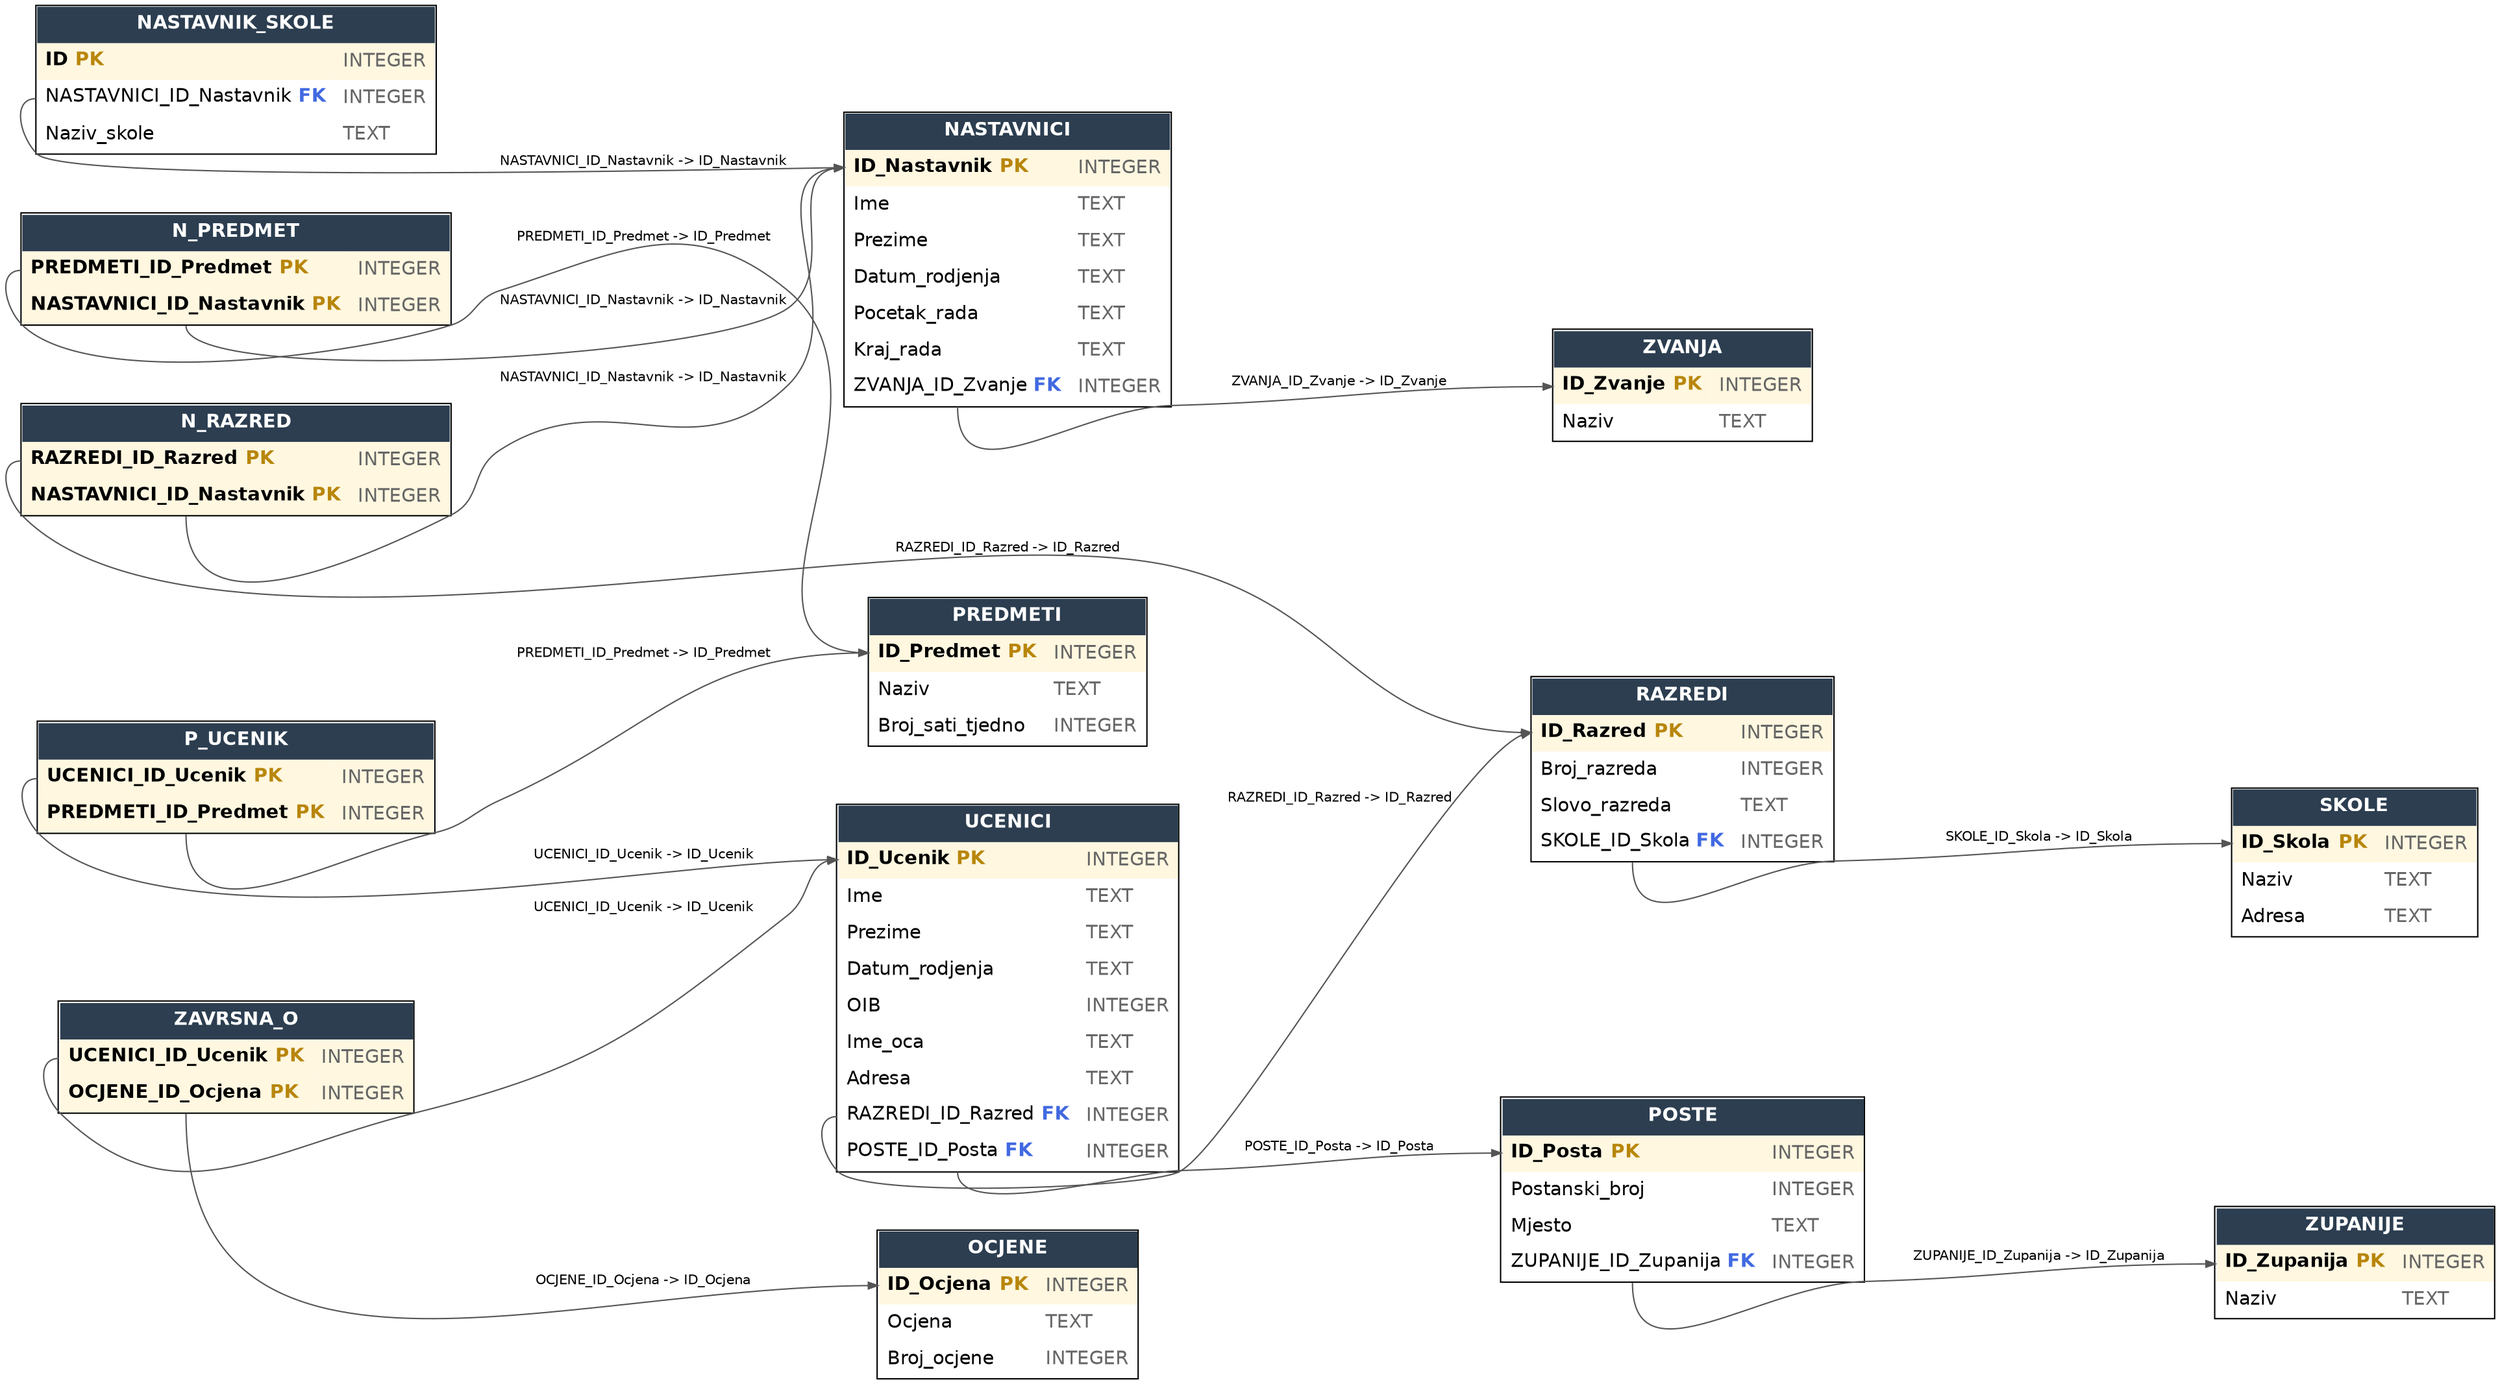
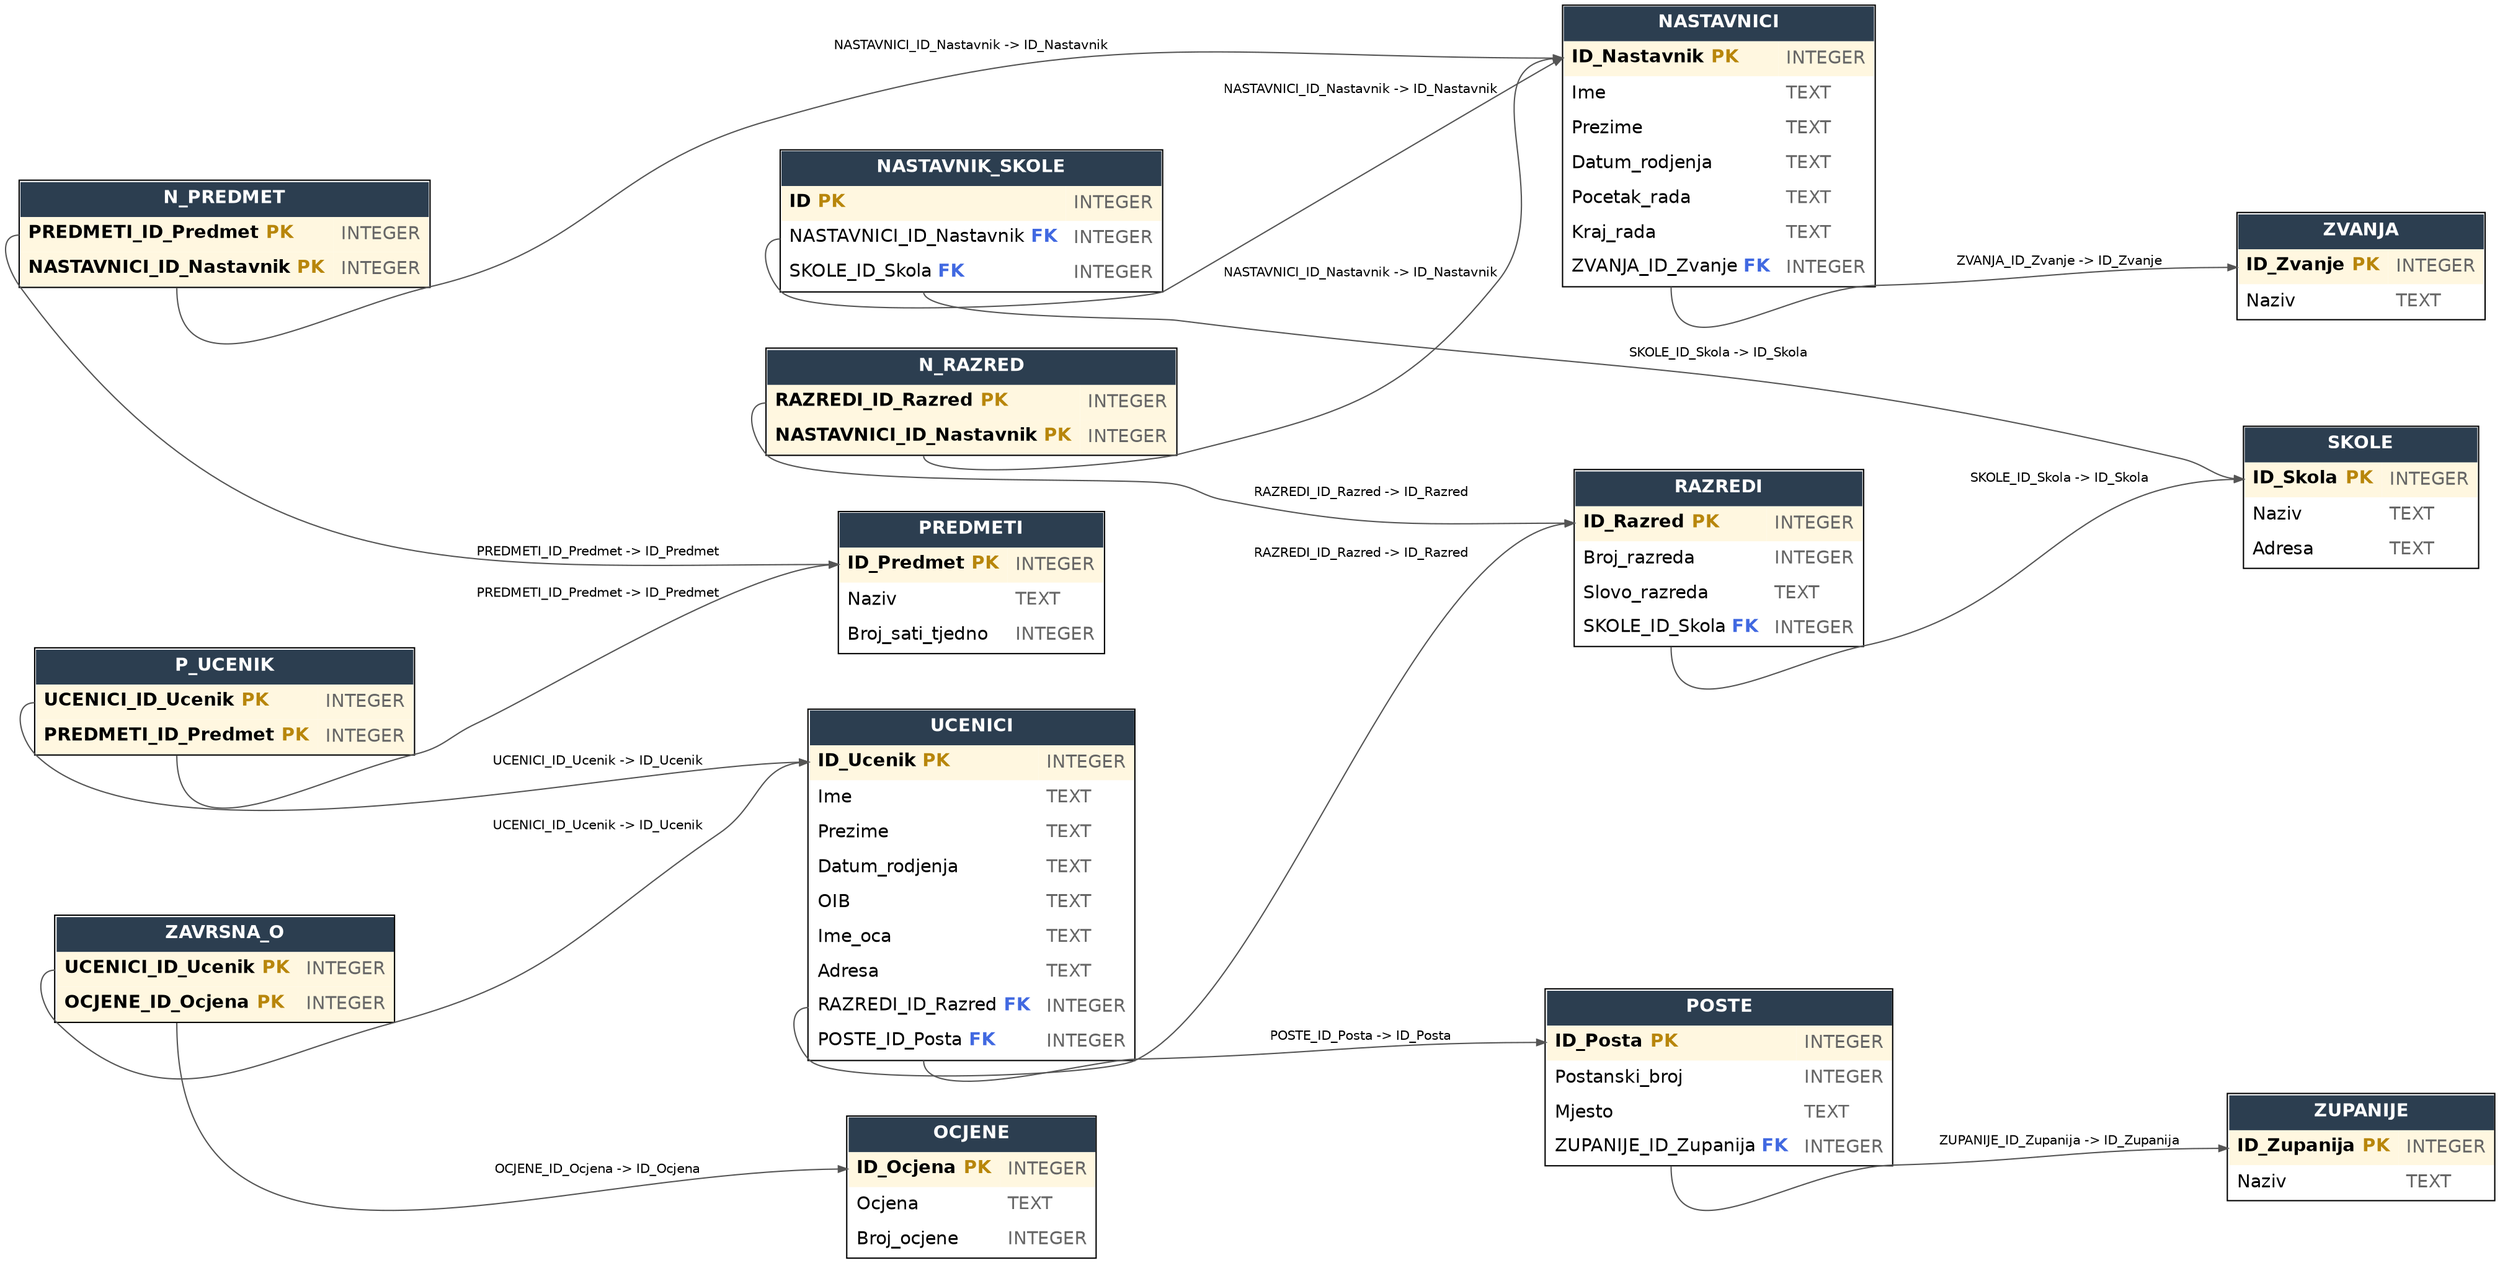
digraph schema {
rankdir=LR;
graph [fontname="Helvetica", bgcolor="white", nodesep=0.6, ranksep=1.0];
node [shape=plain, fontname="Helvetica"];
edge [fontname="Helvetica", fontsize=10, color="#555555", arrowsize=0.7];

"NASTAVNICI" [label=<
        <table border="1" cellborder="0" cellspacing="0" cellpadding="6" bgcolor="white">
        <tr><td colspan="2" bgcolor="#2c3e50"><font color="white"><b>NASTAVNICI</b></font></td></tr>
        <tr><td align="left" port="ID_Nastavnik" bgcolor="#fff7e0"><b>ID_Nastavnik</b> <font color="#b8860b"><b>PK</b></font></td><td align="left" bgcolor="#fff7e0"><font color="#666666">INTEGER</font></td></tr>
<tr><td align="left" port="Ime">Ime</td><td align="left"><font color="#666666">TEXT</font></td></tr>
<tr><td align="left" port="Prezime">Prezime</td><td align="left"><font color="#666666">TEXT</font></td></tr>
<tr><td align="left" port="Datum_rodjenja">Datum_rodjenja</td><td align="left"><font color="#666666">TEXT</font></td></tr>
<tr><td align="left" port="Pocetak_rada">Pocetak_rada</td><td align="left"><font color="#666666">TEXT</font></td></tr>
<tr><td align="left" port="Kraj_rada">Kraj_rada</td><td align="left"><font color="#666666">TEXT</font></td></tr>
<tr><td align="left" port="ZVANJA_ID_Zvanje">ZVANJA_ID_Zvanje <font color="#4169e1"><b>FK</b></font></td><td align="left"><font color="#666666">INTEGER</font></td></tr></table>>];

"NASTAVNIK_SKOLE" [label=<
        <table border="1" cellborder="0" cellspacing="0" cellpadding="6" bgcolor="white">
        <tr><td colspan="2" bgcolor="#2c3e50"><font color="white"><b>NASTAVNIK_SKOLE</b></font></td></tr>
        <tr><td align="left" port="ID" bgcolor="#fff7e0"><b>ID</b> <font color="#b8860b"><b>PK</b></font></td><td align="left" bgcolor="#fff7e0"><font color="#666666">INTEGER</font></td></tr>
<tr><td align="left" port="NASTAVNICI_ID_Nastavnik">NASTAVNICI_ID_Nastavnik <font color="#4169e1"><b>FK</b></font></td><td align="left"><font color="#666666">INTEGER</font></td></tr>
- <tr><td align="left" port="Naziv_skole">Naziv_skole</td><td align="left"><font color="#666666">TEXT</font></td></tr></table>>];
+ <tr><td align="left" port="SKOLE_ID_Skola">SKOLE_ID_Skola <font color="#4169e1"><b>FK</b></font></td><td align="left"><font color="#666666">INTEGER</font></td></tr></table>>];

"N_PREDMET" [label=<
        <table border="1" cellborder="0" cellspacing="0" cellpadding="6" bgcolor="white">
        <tr><td colspan="2" bgcolor="#2c3e50"><font color="white"><b>N_PREDMET</b></font></td></tr>
        <tr><td align="left" port="PREDMETI_ID_Predmet" bgcolor="#fff7e0"><b>PREDMETI_ID_Predmet</b> <font color="#b8860b"><b>PK</b></font></td><td align="left" bgcolor="#fff7e0"><font color="#666666">INTEGER</font></td></tr>
<tr><td align="left" port="NASTAVNICI_ID_Nastavnik" bgcolor="#fff7e0"><b>NASTAVNICI_ID_Nastavnik</b> <font color="#b8860b"><b>PK</b></font></td><td align="left" bgcolor="#fff7e0"><font color="#666666">INTEGER</font></td></tr></table>>];

"N_RAZRED" [label=<
        <table border="1" cellborder="0" cellspacing="0" cellpadding="6" bgcolor="white">
        <tr><td colspan="2" bgcolor="#2c3e50"><font color="white"><b>N_RAZRED</b></font></td></tr>
        <tr><td align="left" port="RAZREDI_ID_Razred" bgcolor="#fff7e0"><b>RAZREDI_ID_Razred</b> <font color="#b8860b"><b>PK</b></font></td><td align="left" bgcolor="#fff7e0"><font color="#666666">INTEGER</font></td></tr>
<tr><td align="left" port="NASTAVNICI_ID_Nastavnik" bgcolor="#fff7e0"><b>NASTAVNICI_ID_Nastavnik</b> <font color="#b8860b"><b>PK</b></font></td><td align="left" bgcolor="#fff7e0"><font color="#666666">INTEGER</font></td></tr></table>>];

"OCJENE" [label=<
        <table border="1" cellborder="0" cellspacing="0" cellpadding="6" bgcolor="white">
        <tr><td colspan="2" bgcolor="#2c3e50"><font color="white"><b>OCJENE</b></font></td></tr>
        <tr><td align="left" port="ID_Ocjena" bgcolor="#fff7e0"><b>ID_Ocjena</b> <font color="#b8860b"><b>PK</b></font></td><td align="left" bgcolor="#fff7e0"><font color="#666666">INTEGER</font></td></tr>
<tr><td align="left" port="Ocjena">Ocjena</td><td align="left"><font color="#666666">TEXT</font></td></tr>
<tr><td align="left" port="Broj_ocjene">Broj_ocjene</td><td align="left"><font color="#666666">INTEGER</font></td></tr></table>>];

"POSTE" [label=<
        <table border="1" cellborder="0" cellspacing="0" cellpadding="6" bgcolor="white">
        <tr><td colspan="2" bgcolor="#2c3e50"><font color="white"><b>POSTE</b></font></td></tr>
        <tr><td align="left" port="ID_Posta" bgcolor="#fff7e0"><b>ID_Posta</b> <font color="#b8860b"><b>PK</b></font></td><td align="left" bgcolor="#fff7e0"><font color="#666666">INTEGER</font></td></tr>
<tr><td align="left" port="Postanski_broj">Postanski_broj</td><td align="left"><font color="#666666">INTEGER</font></td></tr>
<tr><td align="left" port="Mjesto">Mjesto</td><td align="left"><font color="#666666">TEXT</font></td></tr>
<tr><td align="left" port="ZUPANIJE_ID_Zupanija">ZUPANIJE_ID_Zupanija <font color="#4169e1"><b>FK</b></font></td><td align="left"><font color="#666666">INTEGER</font></td></tr></table>>];

"PREDMETI" [label=<
        <table border="1" cellborder="0" cellspacing="0" cellpadding="6" bgcolor="white">
        <tr><td colspan="2" bgcolor="#2c3e50"><font color="white"><b>PREDMETI</b></font></td></tr>
        <tr><td align="left" port="ID_Predmet" bgcolor="#fff7e0"><b>ID_Predmet</b> <font color="#b8860b"><b>PK</b></font></td><td align="left" bgcolor="#fff7e0"><font color="#666666">INTEGER</font></td></tr>
<tr><td align="left" port="Naziv">Naziv</td><td align="left"><font color="#666666">TEXT</font></td></tr>
<tr><td align="left" port="Broj_sati_tjedno">Broj_sati_tjedno</td><td align="left"><font color="#666666">INTEGER</font></td></tr></table>>];

"P_UCENIK" [label=<
        <table border="1" cellborder="0" cellspacing="0" cellpadding="6" bgcolor="white">
        <tr><td colspan="2" bgcolor="#2c3e50"><font color="white"><b>P_UCENIK</b></font></td></tr>
        <tr><td align="left" port="UCENICI_ID_Ucenik" bgcolor="#fff7e0"><b>UCENICI_ID_Ucenik</b> <font color="#b8860b"><b>PK</b></font></td><td align="left" bgcolor="#fff7e0"><font color="#666666">INTEGER</font></td></tr>
<tr><td align="left" port="PREDMETI_ID_Predmet" bgcolor="#fff7e0"><b>PREDMETI_ID_Predmet</b> <font color="#b8860b"><b>PK</b></font></td><td align="left" bgcolor="#fff7e0"><font color="#666666">INTEGER</font></td></tr></table>>];

"RAZREDI" [label=<
        <table border="1" cellborder="0" cellspacing="0" cellpadding="6" bgcolor="white">
        <tr><td colspan="2" bgcolor="#2c3e50"><font color="white"><b>RAZREDI</b></font></td></tr>
        <tr><td align="left" port="ID_Razred" bgcolor="#fff7e0"><b>ID_Razred</b> <font color="#b8860b"><b>PK</b></font></td><td align="left" bgcolor="#fff7e0"><font color="#666666">INTEGER</font></td></tr>
<tr><td align="left" port="Broj_razreda">Broj_razreda</td><td align="left"><font color="#666666">INTEGER</font></td></tr>
<tr><td align="left" port="Slovo_razreda">Slovo_razreda</td><td align="left"><font color="#666666">TEXT</font></td></tr>
<tr><td align="left" port="SKOLE_ID_Skola">SKOLE_ID_Skola <font color="#4169e1"><b>FK</b></font></td><td align="left"><font color="#666666">INTEGER</font></td></tr></table>>];

"SKOLE" [label=<
        <table border="1" cellborder="0" cellspacing="0" cellpadding="6" bgcolor="white">
        <tr><td colspan="2" bgcolor="#2c3e50"><font color="white"><b>SKOLE</b></font></td></tr>
        <tr><td align="left" port="ID_Skola" bgcolor="#fff7e0"><b>ID_Skola</b> <font color="#b8860b"><b>PK</b></font></td><td align="left" bgcolor="#fff7e0"><font color="#666666">INTEGER</font></td></tr>
<tr><td align="left" port="Naziv">Naziv</td><td align="left"><font color="#666666">TEXT</font></td></tr>
<tr><td align="left" port="Adresa">Adresa</td><td align="left"><font color="#666666">TEXT</font></td></tr></table>>];

"UCENICI" [label=<
        <table border="1" cellborder="0" cellspacing="0" cellpadding="6" bgcolor="white">
        <tr><td colspan="2" bgcolor="#2c3e50"><font color="white"><b>UCENICI</b></font></td></tr>
        <tr><td align="left" port="ID_Ucenik" bgcolor="#fff7e0"><b>ID_Ucenik</b> <font color="#b8860b"><b>PK</b></font></td><td align="left" bgcolor="#fff7e0"><font color="#666666">INTEGER</font></td></tr>
<tr><td align="left" port="Ime">Ime</td><td align="left"><font color="#666666">TEXT</font></td></tr>
<tr><td align="left" port="Prezime">Prezime</td><td align="left"><font color="#666666">TEXT</font></td></tr>
<tr><td align="left" port="Datum_rodjenja">Datum_rodjenja</td><td align="left"><font color="#666666">TEXT</font></td></tr>
- <tr><td align="left" port="OIB">OIB</td><td align="left"><font color="#666666">INTEGER</font></td></tr>
+ <tr><td align="left" port="OIB">OIB</td><td align="left"><font color="#666666">TEXT</font></td></tr>
<tr><td align="left" port="Ime_oca">Ime_oca</td><td align="left"><font color="#666666">TEXT</font></td></tr>
<tr><td align="left" port="Adresa">Adresa</td><td align="left"><font color="#666666">TEXT</font></td></tr>
<tr><td align="left" port="RAZREDI_ID_Razred">RAZREDI_ID_Razred <font color="#4169e1"><b>FK</b></font></td><td align="left"><font color="#666666">INTEGER</font></td></tr>
<tr><td align="left" port="POSTE_ID_Posta">POSTE_ID_Posta <font color="#4169e1"><b>FK</b></font></td><td align="left"><font color="#666666">INTEGER</font></td></tr></table>>];

"ZAVRSNA_O" [label=<
        <table border="1" cellborder="0" cellspacing="0" cellpadding="6" bgcolor="white">
        <tr><td colspan="2" bgcolor="#2c3e50"><font color="white"><b>ZAVRSNA_O</b></font></td></tr>
        <tr><td align="left" port="UCENICI_ID_Ucenik" bgcolor="#fff7e0"><b>UCENICI_ID_Ucenik</b> <font color="#b8860b"><b>PK</b></font></td><td align="left" bgcolor="#fff7e0"><font color="#666666">INTEGER</font></td></tr>
<tr><td align="left" port="OCJENE_ID_Ocjena" bgcolor="#fff7e0"><b>OCJENE_ID_Ocjena</b> <font color="#b8860b"><b>PK</b></font></td><td align="left" bgcolor="#fff7e0"><font color="#666666">INTEGER</font></td></tr></table>>];

"ZUPANIJE" [label=<
        <table border="1" cellborder="0" cellspacing="0" cellpadding="6" bgcolor="white">
        <tr><td colspan="2" bgcolor="#2c3e50"><font color="white"><b>ZUPANIJE</b></font></td></tr>
        <tr><td align="left" port="ID_Zupanija" bgcolor="#fff7e0"><b>ID_Zupanija</b> <font color="#b8860b"><b>PK</b></font></td><td align="left" bgcolor="#fff7e0"><font color="#666666">INTEGER</font></td></tr>
<tr><td align="left" port="Naziv">Naziv</td><td align="left"><font color="#666666">TEXT</font></td></tr></table>>];

"ZVANJA" [label=<
        <table border="1" cellborder="0" cellspacing="0" cellpadding="6" bgcolor="white">
        <tr><td colspan="2" bgcolor="#2c3e50"><font color="white"><b>ZVANJA</b></font></td></tr>
        <tr><td align="left" port="ID_Zvanje" bgcolor="#fff7e0"><b>ID_Zvanje</b> <font color="#b8860b"><b>PK</b></font></td><td align="left" bgcolor="#fff7e0"><font color="#666666">INTEGER</font></td></tr>
<tr><td align="left" port="Naziv">Naziv</td><td align="left"><font color="#666666">TEXT</font></td></tr></table>>];

"NASTAVNICI":"ZVANJA_ID_Zvanje" -> "ZVANJA":"ID_Zvanje" [label="ZVANJA_ID_Zvanje -> ID_Zvanje"];
+ "NASTAVNIK_SKOLE":"SKOLE_ID_Skola" -> "SKOLE":"ID_Skola" [label="SKOLE_ID_Skola -> ID_Skola"];
"NASTAVNIK_SKOLE":"NASTAVNICI_ID_Nastavnik" -> "NASTAVNICI":"ID_Nastavnik" [label="NASTAVNICI_ID_Nastavnik -> ID_Nastavnik"];
"N_PREDMET":"NASTAVNICI_ID_Nastavnik" -> "NASTAVNICI":"ID_Nastavnik" [label="NASTAVNICI_ID_Nastavnik -> ID_Nastavnik"];
"N_PREDMET":"PREDMETI_ID_Predmet" -> "PREDMETI":"ID_Predmet" [label="PREDMETI_ID_Predmet -> ID_Predmet"];
"N_RAZRED":"NASTAVNICI_ID_Nastavnik" -> "NASTAVNICI":"ID_Nastavnik" [label="NASTAVNICI_ID_Nastavnik -> ID_Nastavnik"];
"N_RAZRED":"RAZREDI_ID_Razred" -> "RAZREDI":"ID_Razred" [label="RAZREDI_ID_Razred -> ID_Razred"];
"POSTE":"ZUPANIJE_ID_Zupanija" -> "ZUPANIJE":"ID_Zupanija" [label="ZUPANIJE_ID_Zupanija -> ID_Zupanija"];
"P_UCENIK":"PREDMETI_ID_Predmet" -> "PREDMETI":"ID_Predmet" [label="PREDMETI_ID_Predmet -> ID_Predmet"];
"P_UCENIK":"UCENICI_ID_Ucenik" -> "UCENICI":"ID_Ucenik" [label="UCENICI_ID_Ucenik -> ID_Ucenik"];
"RAZREDI":"SKOLE_ID_Skola" -> "SKOLE":"ID_Skola" [label="SKOLE_ID_Skola -> ID_Skola"];
"UCENICI":"POSTE_ID_Posta" -> "POSTE":"ID_Posta" [label="POSTE_ID_Posta -> ID_Posta"];
"UCENICI":"RAZREDI_ID_Razred" -> "RAZREDI":"ID_Razred" [label="RAZREDI_ID_Razred -> ID_Razred"];
"ZAVRSNA_O":"OCJENE_ID_Ocjena" -> "OCJENE":"ID_Ocjena" [label="OCJENE_ID_Ocjena -> ID_Ocjena"];
"ZAVRSNA_O":"UCENICI_ID_Ucenik" -> "UCENICI":"ID_Ucenik" [label="UCENICI_ID_Ucenik -> ID_Ucenik"];
}
